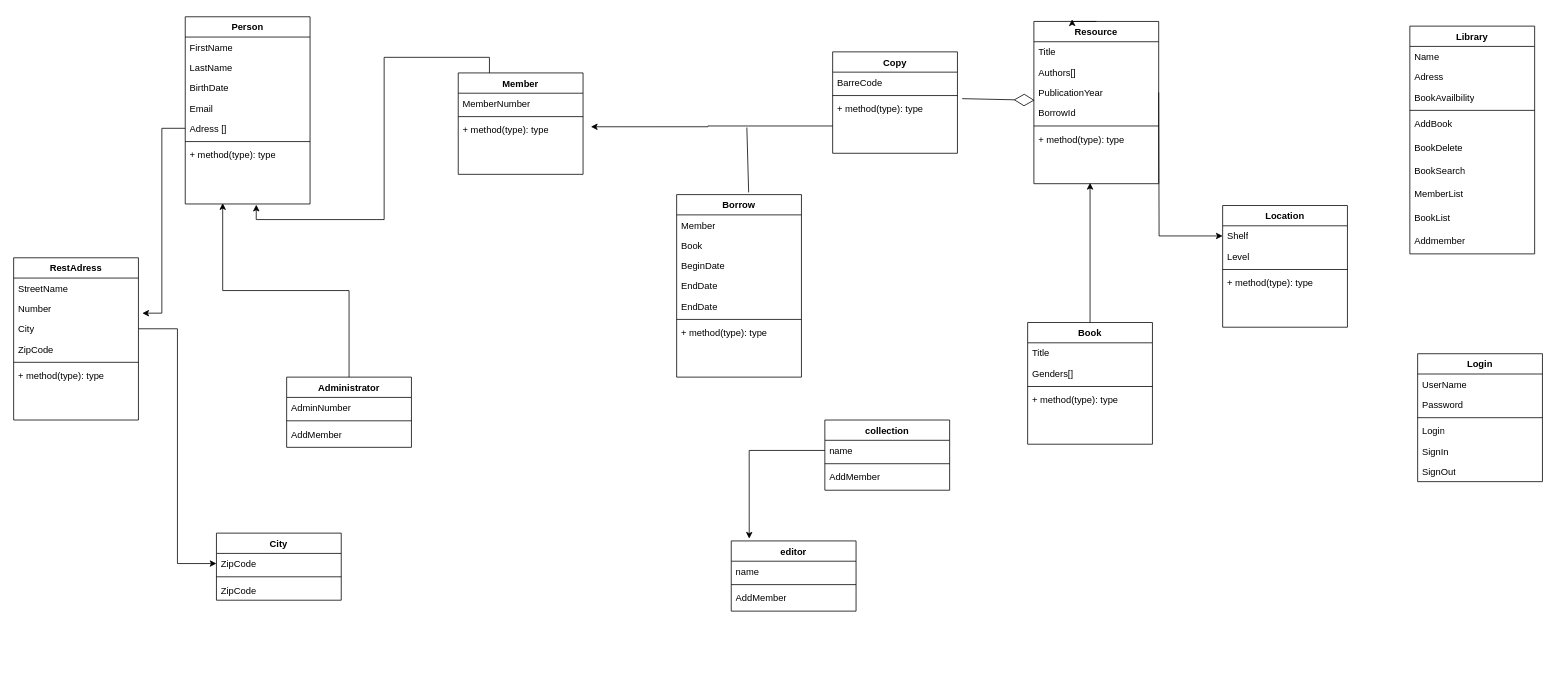
Before: diagramme_bbl_1.2.drawio in Roselyne59/projet_bbl, a draw.io diagram. Source tidied: cells renumbered, new cells numbered last; positions are measured from the earlier drawing's top-left corner, leaving out a move shared by most shapes. Both pictures are drawn from the tidied source at 78%, with x=0, y=0 at pixel (13, 16).
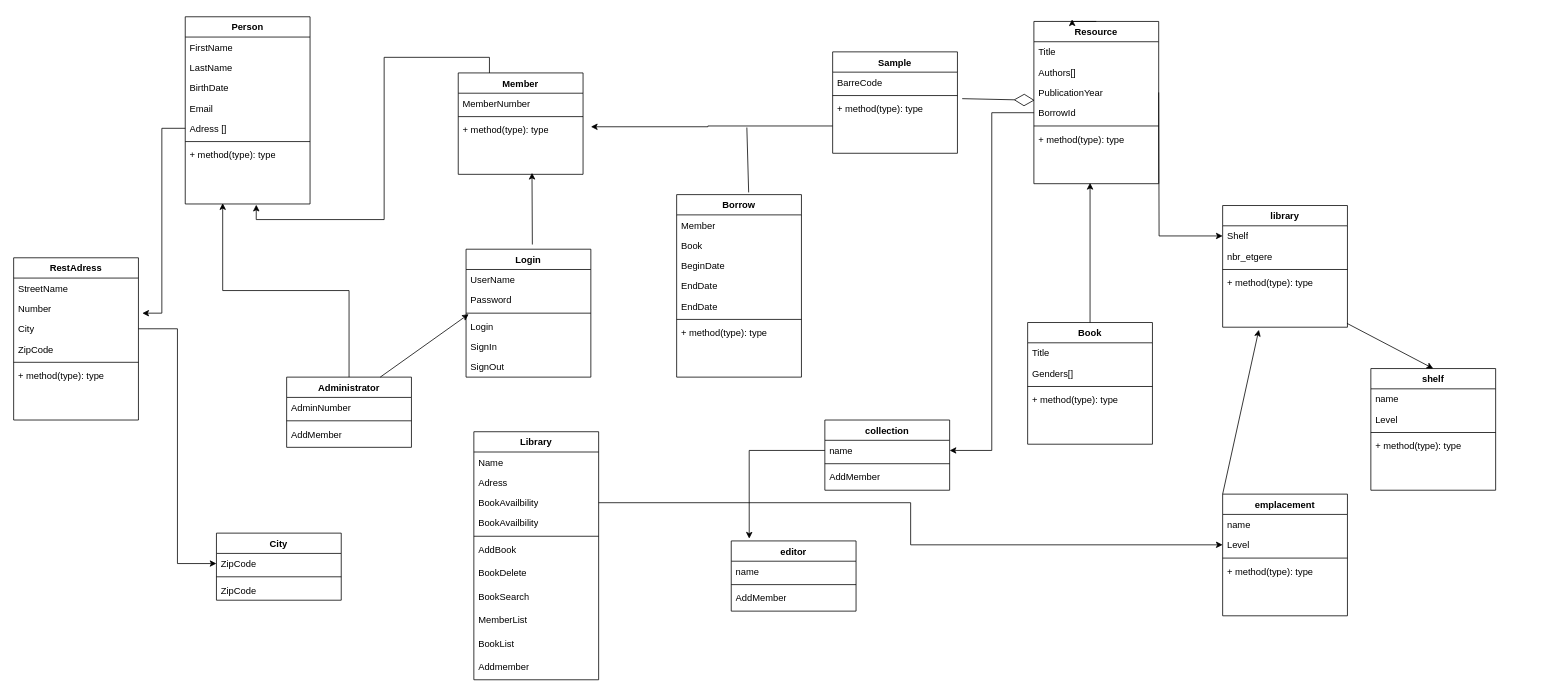
The same page after the edit.

Unchanged cells that the change refers to:
```xml
<mxCell id="5" value="+ method(type): type" style="text;strokeColor=none;fillColor=none;align=left;verticalAlign=top;spacingLeft=4;spacingRight=4;overflow=hidden;points=[[0,0.5],[1,0.5]];portConstraint=eastwest;whiteSpace=wrap;html=1;" parent="2" vertex="1">
  <mxGeometry y="60" width="160" height="70" as="geometry" />
</mxCell>
<mxCell id="21" value="Administrator" style="swimlane;fontStyle=1;align=center;verticalAlign=top;horizontal=1;startSize=26;whiteSpace=wrap;html=1;" parent="1" vertex="1">
  <mxGeometry x="350" y="462" width="160" height="90" as="geometry" />
</mxCell>
<mxCell id="53" value="Login" style="text;strokeColor=none;fillColor=none;align=left;verticalAlign=top;spacingLeft=4;spacingRight=4;overflow=hidden;points=[[0,0.5],[1,0.5]];portConstraint=eastwest;whiteSpace=wrap;html=1;" parent="49" vertex="1">
  <mxGeometry y="86" width="160" height="26" as="geometry" />
</mxCell>
<mxCell id="62" value="&lt;div&gt;&lt;div&gt;name&lt;/div&gt;&lt;/div&gt;" style="text;strokeColor=none;fillColor=none;align=left;verticalAlign=top;spacingLeft=4;spacingRight=4;overflow=hidden;points=[[0,0.5],[1,0.5]];portConstraint=eastwest;whiteSpace=wrap;html=1;" parent="61" vertex="1">
  <mxGeometry y="26" width="160" height="26" as="geometry" />
</mxCell>
<mxCell id="78" value="+ method(type): type" style="text;strokeColor=none;fillColor=none;align=left;verticalAlign=top;spacingLeft=4;spacingRight=4;overflow=hidden;points=[[0,0.5],[1,0.5]];portConstraint=eastwest;whiteSpace=wrap;html=1;" parent="74" vertex="1">
  <mxGeometry y="86" width="160" height="70" as="geometry" />
</mxCell>
<mxCell id="83" value="&lt;div&gt;&lt;div&gt;BorrowId&lt;/div&gt;&lt;/div&gt;" style="text;strokeColor=none;fillColor=none;align=left;verticalAlign=top;spacingLeft=4;spacingRight=4;overflow=hidden;points=[[0,0.5],[1,0.5]];portConstraint=eastwest;whiteSpace=wrap;html=1;" parent="79" vertex="1">
  <mxGeometry y="104" width="160" height="26" as="geometry" />
</mxCell>
```

Diff of the diagram source:
```diff
@@
     <mxCell id="33" value="Library" style="swimlane;fontStyle=1;align=center;verticalAlign=top;horizontal=1;startSize=26;whiteSpace=wrap;html=1;" parent="1" vertex="1">
-      <mxGeometry x="1790" y="12" width="160" height="292" as="geometry" />
+      <mxGeometry x="590" y="532" width="160" height="318" as="geometry" />
     </mxCell>
@@
+    <mxCell id="95" value="&lt;div&gt;&lt;div&gt;BookAvailbility&lt;/div&gt;&lt;/div&gt;" style="text;strokeColor=none;fillColor=none;align=left;verticalAlign=top;spacingLeft=4;spacingRight=4;overflow=hidden;points=[[0,0.5],[1,0.5]];portConstraint=eastwest;whiteSpace=wrap;html=1;" parent="33" vertex="1">
+      <mxGeometry y="78" width="160" height="26" as="geometry" />
+    </mxCell>
     <mxCell id="36" value="&lt;div&gt;&lt;div&gt;BookAvailbility&lt;/div&gt;&lt;/div&gt;" style="text;strokeColor=none;fillColor=none;align=left;verticalAlign=top;spacingLeft=4;spacingRight=4;overflow=hidden;whiteSpace=wrap;html=1;" parent="33" vertex="1">
-      <mxGeometry y="78" width="160" height="26" as="geometry" />
+      <mxGeometry y="104" width="160" height="26" as="geometry" />
     </mxCell>
     <mxCell id="37" style="line;strokeWidth=1;fillColor=none;align=left;verticalAlign=middle;spacingTop=-1;spacingLeft=3;spacingRight=3;labelPosition=right;strokeColor=inherit;" parent="33" vertex="1">
-      <mxGeometry y="104" width="160" height="8" as="geometry" />
+      <mxGeometry y="130" width="160" height="8" as="geometry" />
     </mxCell>
     <mxCell id="38" value="AddBook&lt;div&gt;&lt;br&gt;&lt;/div&gt;" style="text;strokeColor=none;fillColor=none;align=left;verticalAlign=top;spacingLeft=4;spacingRight=4;overflow=hidden;whiteSpace=wrap;html=1;" parent="33" vertex="1">
-      <mxGeometry y="112" width="160" height="30" as="geometry" />
+      <mxGeometry y="138" width="160" height="30" as="geometry" />
     </mxCell>
     <mxCell id="39" value="&lt;div&gt;BookDelete&lt;/div&gt;" style="text;strokeColor=none;fillColor=none;align=left;verticalAlign=top;spacingLeft=4;spacingRight=4;overflow=hidden;whiteSpace=wrap;html=1;" parent="33" vertex="1">
-      <mxGeometry y="142" width="160" height="30" as="geometry" />
+      <mxGeometry y="168" width="160" height="30" as="geometry" />
     </mxCell>
     <mxCell id="40" value="&lt;div&gt;BookSearch&lt;/div&gt;" style="text;strokeColor=none;fillColor=none;align=left;verticalAlign=top;spacingLeft=4;spacingRight=4;overflow=hidden;whiteSpace=wrap;html=1;" parent="33" vertex="1">
-      <mxGeometry y="172" width="160" height="30" as="geometry" />
+      <mxGeometry y="198" width="160" height="30" as="geometry" />
     </mxCell>
     <mxCell id="41" value="&lt;div&gt;MemberList&lt;/div&gt;" style="text;strokeColor=none;fillColor=none;align=left;verticalAlign=top;spacingLeft=4;spacingRight=4;overflow=hidden;whiteSpace=wrap;html=1;" parent="33" vertex="1">
-      <mxGeometry y="202" width="160" height="30" as="geometry" />
+      <mxGeometry y="228" width="160" height="30" as="geometry" />
     </mxCell>
     <mxCell id="42" value="&lt;div&gt;BookList&lt;/div&gt;" style="text;strokeColor=none;fillColor=none;align=left;verticalAlign=top;spacingLeft=4;spacingRight=4;overflow=hidden;whiteSpace=wrap;html=1;" parent="33" vertex="1">
-      <mxGeometry y="232" width="160" height="30" as="geometry" />
+      <mxGeometry y="258" width="160" height="30" as="geometry" />
     </mxCell>
     <mxCell id="43" value="&lt;div&gt;Addmember&lt;/div&gt;" style="text;strokeColor=none;fillColor=none;align=left;verticalAlign=top;spacingLeft=4;spacingRight=4;overflow=hidden;whiteSpace=wrap;html=1;" parent="33" vertex="1">
-      <mxGeometry y="262" width="160" height="30" as="geometry" />
+      <mxGeometry y="288" width="160" height="30" as="geometry" />
     </mxCell>
@@
     <mxCell id="49" value="Login" style="swimlane;fontStyle=1;align=center;verticalAlign=top;horizontal=1;startSize=26;whiteSpace=wrap;html=1;" parent="1" vertex="1">
-      <mxGeometry x="1800" y="432" width="160" height="164" as="geometry" />
+      <mxGeometry x="580" y="298" width="160" height="164" as="geometry" />
     </mxCell>
@@
-    <mxCell id="70" value="Copy" style="swimlane;fontStyle=1;align=center;verticalAlign=top;horizontal=1;startSize=26;whiteSpace=wrap;html=1;" parent="1" vertex="1">
+    <mxCell id="70" value="Sample" style="swimlane;fontStyle=1;align=center;verticalAlign=top;horizontal=1;startSize=26;whiteSpace=wrap;html=1;" parent="1" vertex="1">
       <mxGeometry x="1050" y="45" width="160" height="130" as="geometry" />
     </mxCell>
@@
-    <mxCell id="74" value="Location" style="swimlane;fontStyle=1;align=center;verticalAlign=top;horizontal=1;startSize=26;whiteSpace=wrap;html=1;" parent="1" vertex="1">
+    <mxCell id="74" value="library&lt;div&gt;&lt;br&gt;&lt;/div&gt;" style="swimlane;fontStyle=1;align=center;verticalAlign=top;horizontal=1;startSize=26;whiteSpace=wrap;html=1;" parent="1" vertex="1">
       <mxGeometry x="1550" y="242" width="160" height="156" as="geometry" />
     </mxCell>
@@
-    <mxCell id="76" value="Level" style="text;strokeColor=none;fillColor=none;align=left;verticalAlign=top;spacingLeft=4;spacingRight=4;overflow=hidden;whiteSpace=wrap;html=1;" parent="74" vertex="1">
-      <mxGeometry y="52" width="160" height="26" as="geometry" />
-    </mxCell>
+    <mxCell id="96" value="nbr_etgere" style="text;strokeColor=none;fillColor=none;align=left;verticalAlign=top;spacingLeft=4;spacingRight=4;overflow=hidden;whiteSpace=wrap;html=1;" parent="74" vertex="1">
+      <mxGeometry y="52" width="160" height="26" as="geometry" />
+    </mxCell>
@@
+    <mxCell id="97" style="edgeStyle=orthogonalEdgeStyle;rounded=0;jettySize=auto;html=1;exitX=0;exitY=0.5;exitDx=0;exitDy=0;" parent="1" edge="1" source="83" target="62">
+      <mxGeometry relative="1" as="geometry" />
+    </mxCell>
+    <mxCell id="98" value="&lt;div&gt;shelf&lt;/div&gt;" style="swimlane;fontStyle=1;align=center;verticalAlign=top;horizontal=1;startSize=26;whiteSpace=wrap;html=1;" parent="1" vertex="1">
+      <mxGeometry x="1740" y="451" width="160" height="156" as="geometry" />
+    </mxCell>
+    <mxCell id="99" value="name" style="text;strokeColor=none;fillColor=none;align=left;verticalAlign=top;spacingLeft=4;spacingRight=4;overflow=hidden;whiteSpace=wrap;html=1;" parent="98" vertex="1">
+      <mxGeometry y="26" width="160" height="26" as="geometry" />
+    </mxCell>
+    <mxCell id="100" value="Level" style="text;strokeColor=none;fillColor=none;align=left;verticalAlign=top;spacingLeft=4;spacingRight=4;overflow=hidden;whiteSpace=wrap;html=1;" parent="98" vertex="1">
+      <mxGeometry y="52" width="160" height="26" as="geometry" />
+    </mxCell>
+    <mxCell id="101" style="line;strokeWidth=1;fillColor=none;align=left;verticalAlign=middle;spacingTop=-1;spacingLeft=3;spacingRight=3;labelPosition=right;strokeColor=inherit;" parent="98" vertex="1">
+      <mxGeometry y="78" width="160" height="8" as="geometry" />
+    </mxCell>
+    <mxCell id="102" value="+ method(type): type" style="text;strokeColor=none;fillColor=none;align=left;verticalAlign=top;spacingLeft=4;spacingRight=4;overflow=hidden;whiteSpace=wrap;html=1;" parent="98" vertex="1">
+      <mxGeometry y="86" width="160" height="70" as="geometry" />
+    </mxCell>
+    <mxCell id="103" value="emplacement" style="swimlane;fontStyle=1;align=center;verticalAlign=top;horizontal=1;startSize=26;whiteSpace=wrap;html=1;" parent="1" vertex="1">
+      <mxGeometry x="1550" y="612" width="160" height="156" as="geometry" />
+    </mxCell>
+    <mxCell id="104" value="name" style="text;strokeColor=none;fillColor=none;align=left;verticalAlign=top;spacingLeft=4;spacingRight=4;overflow=hidden;whiteSpace=wrap;html=1;" parent="103" vertex="1">
+      <mxGeometry y="26" width="160" height="26" as="geometry" />
+    </mxCell>
+    <mxCell id="105" value="Level" style="text;strokeColor=none;fillColor=none;align=left;verticalAlign=top;spacingLeft=4;spacingRight=4;overflow=hidden;points=[[0,0.5],[1,0.5]];portConstraint=eastwest;whiteSpace=wrap;html=1;" parent="103" vertex="1">
+      <mxGeometry y="52" width="160" height="26" as="geometry" />
+    </mxCell>
+    <mxCell id="106" style="line;strokeWidth=1;fillColor=none;align=left;verticalAlign=middle;spacingTop=-1;spacingLeft=3;spacingRight=3;labelPosition=right;strokeColor=inherit;" parent="103" vertex="1">
+      <mxGeometry y="78" width="160" height="8" as="geometry" />
+    </mxCell>
+    <mxCell id="107" value="+ method(type): type" style="text;strokeColor=none;fillColor=none;align=left;verticalAlign=top;spacingLeft=4;spacingRight=4;overflow=hidden;whiteSpace=wrap;html=1;" parent="103" vertex="1">
+      <mxGeometry y="86" width="160" height="70" as="geometry" />
+    </mxCell>
+    <mxCell id="108" style="endArrow=classic;html=1;rounded=0;exitX=0.996;exitY=0.929;exitDx=0;exitDy=0;exitPerimeter=0;entryX=0.5;entryY=0;entryDx=0;entryDy=0;" parent="1" edge="1" source="78" target="98">
+      <mxGeometry relative="1" as="geometry" />
+    </mxCell>
+    <mxCell id="109" style="edgeStyle=orthogonalEdgeStyle;rounded=0;jettySize=auto;html=1;exitX=1;exitY=0.5;exitDx=0;exitDy=0;entryX=0;entryY=0.5;entryDx=0;entryDy=0;" parent="1" edge="1" source="95" target="105">
+      <mxGeometry relative="1" as="geometry" />
+    </mxCell>
+    <mxCell id="110" style="endArrow=classic;html=1;rounded=0;entryX=0.591;entryY=0.973;entryDx=0;entryDy=0;entryPerimeter=0;" parent="1" edge="1" target="5">
+      <mxGeometry relative="1" as="geometry">
+        <mxPoint x="665" y="292" as="sourcePoint" />
+      </mxGeometry>
+    </mxCell>
+    <mxCell id="111" style="endArrow=classic;html=1;rounded=0;entryX=0.021;entryY=-0.104;entryDx=0;entryDy=0;entryPerimeter=0;exitX=0.75;exitY=0;exitDx=0;exitDy=0;" parent="1" edge="1" source="21" target="53">
+      <mxGeometry relative="1" as="geometry" />
+    </mxCell>
+    <mxCell id="112" style="endArrow=classic;html=1;rounded=0;exitX=0;exitY=0;exitDx=0;exitDy=0;entryX=0.29;entryY=1.047;entryDx=0;entryDy=0;entryPerimeter=0;" parent="1" edge="1" source="103" target="78">
+      <mxGeometry relative="1" as="geometry" />
+    </mxCell>
```
